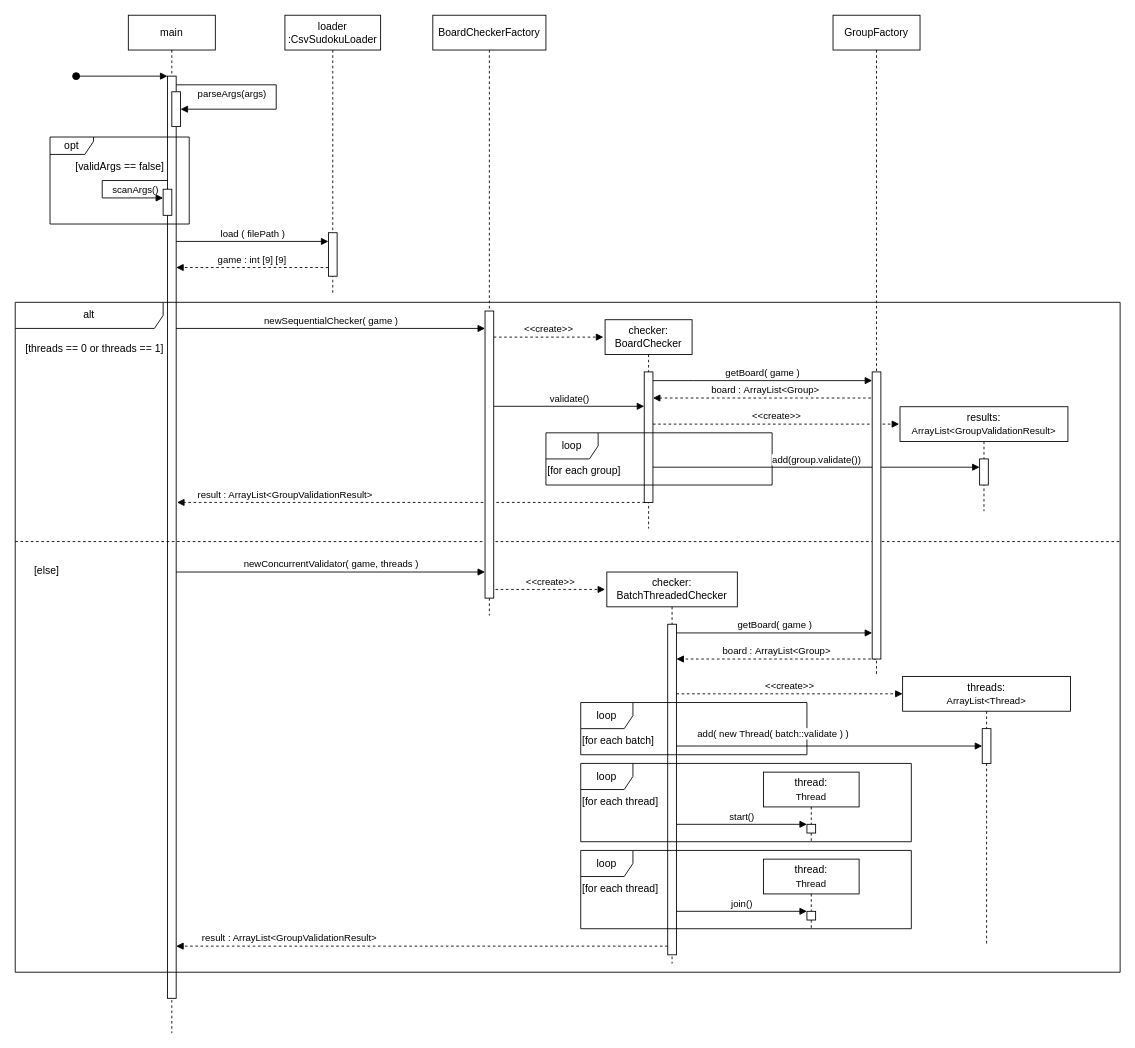
The draw.io diagram Diagrams/sequence.drawio in y-samy/Sudoku-Solution-Checker, before the edit. Source tidied: cells renumbered, new cells numbered last; positions are measured from the earlier drawing's top-left corner, leaving out a move shared by most shapes. Both pictures are drawn from the tidied source at 87%, with x=0, y=0 at pixel (15, 15).
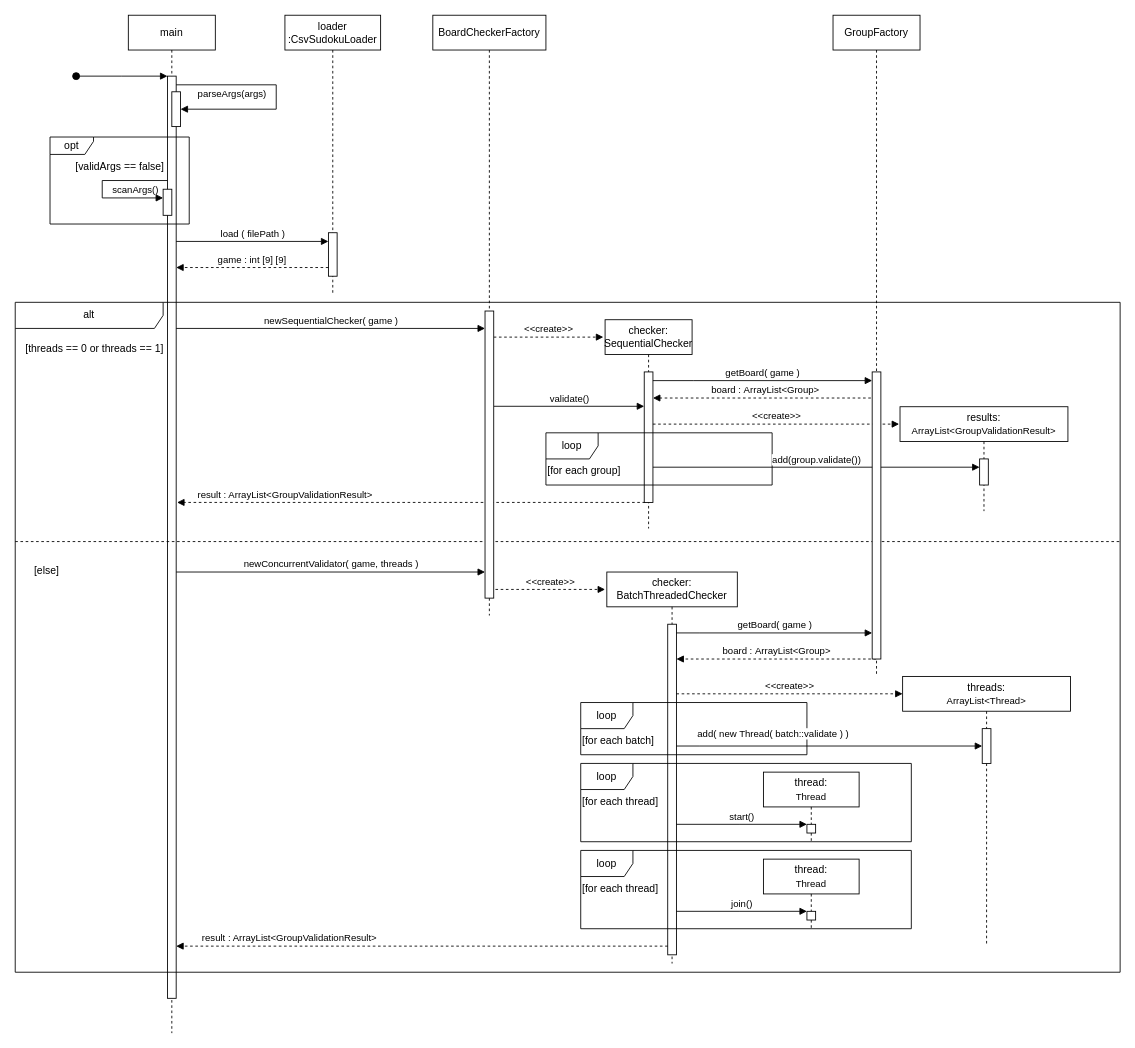
After the change.

Commit message:
Tiny clarification

Unchanged cells that the change refers to:
```xml
<mxCell id="16" value="alt" style="shape=umlFrame;whiteSpace=wrap;html=1;width=170;" parent="1" vertex="1">
  <mxGeometry y="330" width="1270" height="770" as="geometry" />
</mxCell>
```

Diff of the diagram source:
```diff
@@
-    <mxCell id="22" value="checker:&lt;div&gt;BoardChecker&lt;/div&gt;" style="shape=umlLifeline;perimeter=lifelinePerimeter;whiteSpace=wrap;html=1;newEdgeStyle={&quot;edgeStyle&quot;:&quot;elbowEdgeStyle&quot;,&quot;elbow&quot;:&quot;vertical&quot;,&quot;curved&quot;:0,&quot;rounded&quot;:0};" parent="16" vertex="1">
+    <mxCell id="22" value="checker:&lt;div&gt;SequentialChecker&lt;/div&gt;" style="shape=umlLifeline;perimeter=lifelinePerimeter;whiteSpace=wrap;html=1;newEdgeStyle={&quot;edgeStyle&quot;:&quot;elbowEdgeStyle&quot;,&quot;elbow&quot;:&quot;vertical&quot;,&quot;curved&quot;:0,&quot;rounded&quot;:0};" parent="16" vertex="1">
       <mxGeometry x="678" y="20" width="100" height="240" as="geometry" />
     </mxCell>
```
